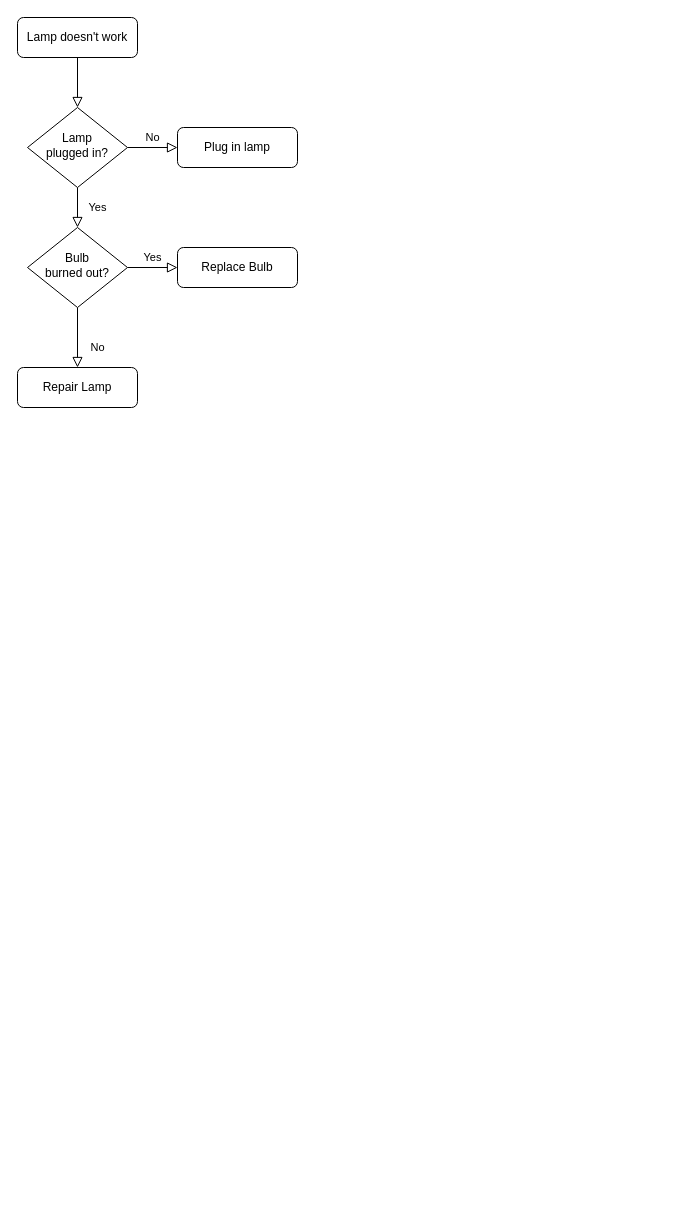
VoHoAnhTuan/Diagrams keeps this draw.io diagram as Blackjack Diagram.drawio. Above is the earlier version. Source tidied: cells renumbered, new cells numbered last; positions are measured from the earlier drawing's top-left corner, leaving out a move shared by most shapes. Both pictures are drawn from the tidied source at 100%, with x=0, y=0 at pixel (17, 17).
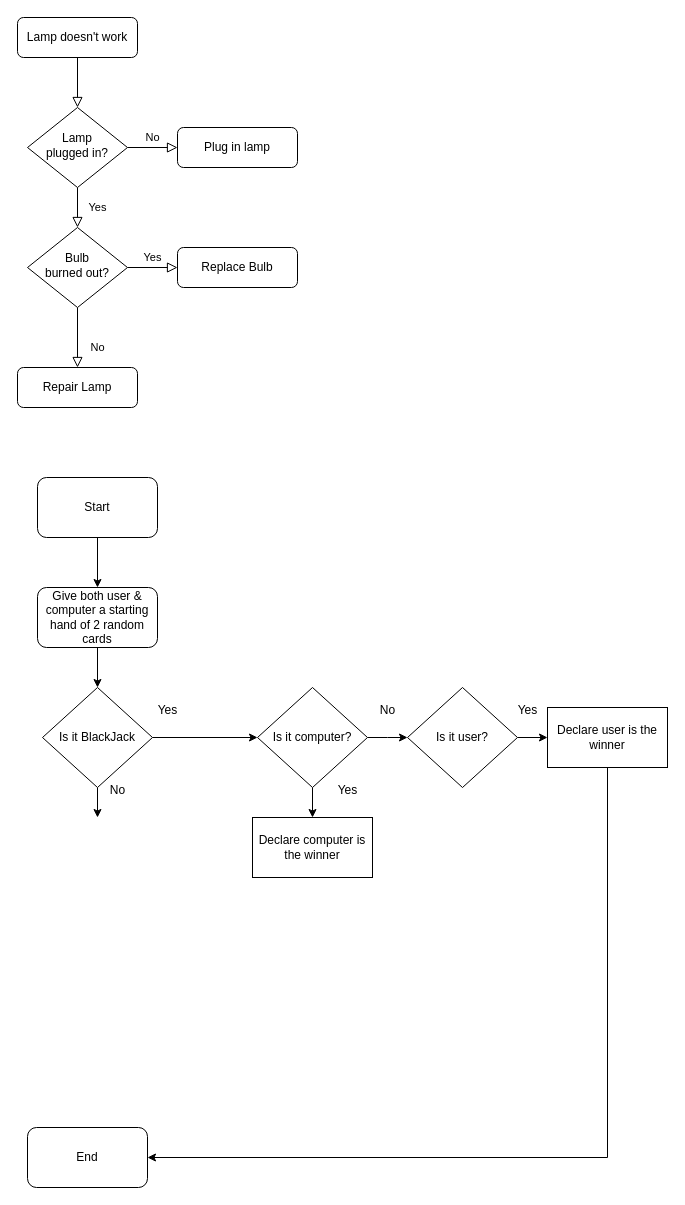
The same diagram, later.

What changed in the source:
```diff
@@
+    <mxCell id="13" style="edgeStyle=orthogonalEdgeStyle;rounded=0;jettySize=auto;html=1;exitX=0.5;exitY=1;exitDx=0;exitDy=0;entryX=0.5;entryY=0;entryDx=0;entryDy=0;" parent="1" edge="1" source="14" target="16">
+      <mxGeometry relative="1" as="geometry" />
+    </mxCell>
+    <mxCell id="14" value="Start" style="rounded=1;whiteSpace=wrap;html=1;" parent="1" vertex="1">
+      <mxGeometry x="20" y="460" width="120" height="60" as="geometry" />
+    </mxCell>
+    <mxCell id="15" style="edgeStyle=orthogonalEdgeStyle;rounded=0;jettySize=auto;html=1;exitX=0.5;exitY=1;exitDx=0;exitDy=0;entryX=0.5;entryY=0;entryDx=0;entryDy=0;" parent="1" edge="1" source="16" target="19">
+      <mxGeometry relative="1" as="geometry" />
+    </mxCell>
+    <mxCell id="16" value="Give both user &amp;amp; computer a starting hand of 2 random cards" style="rounded=1;whiteSpace=wrap;html=1;" parent="1" vertex="1">
+      <mxGeometry x="20" y="570" width="120" height="60" as="geometry" />
+    </mxCell>
+    <mxCell id="17" style="edgeStyle=orthogonalEdgeStyle;rounded=0;jettySize=auto;html=1;exitX=0.5;exitY=1;exitDx=0;exitDy=0;" parent="1" edge="1" source="19">
+      <mxGeometry relative="1" as="geometry">
+        <mxPoint x="80" y="800" as="targetPoint" />
+      </mxGeometry>
+    </mxCell>
+    <mxCell id="18" style="edgeStyle=orthogonalEdgeStyle;rounded=0;jettySize=auto;html=1;exitX=1;exitY=0.5;exitDx=0;exitDy=0;entryX=0;entryY=0.5;entryDx=0;entryDy=0;" parent="1" edge="1" source="19" target="24">
+      <mxGeometry relative="1" as="geometry" />
+    </mxCell>
+    <mxCell id="19" value="Is it BlackJack" style="rhombus;whiteSpace=wrap;html=1;" parent="1" vertex="1">
+      <mxGeometry x="25" y="670" width="110" height="100" as="geometry" />
+    </mxCell>
+    <mxCell id="20" value="Yes" style="text;html=1;align=center;verticalAlign=middle;strokeColor=none;fillColor=none;" parent="1" vertex="1">
+      <mxGeometry x="130" y="678" width="40" height="30" as="geometry" />
+    </mxCell>
+    <mxCell id="21" value="No" style="text;html=1;align=center;verticalAlign=middle;strokeColor=none;fillColor=none;" parent="1" vertex="1">
+      <mxGeometry x="80" y="758" width="40" height="30" as="geometry" />
+    </mxCell>
+    <mxCell id="22" style="edgeStyle=orthogonalEdgeStyle;rounded=0;jettySize=auto;html=1;exitX=1;exitY=0.5;exitDx=0;exitDy=0;" parent="1" edge="1" source="24">
+      <mxGeometry relative="1" as="geometry">
+        <mxPoint x="390" y="720" as="targetPoint" />
+      </mxGeometry>
+    </mxCell>
+    <mxCell id="23" style="edgeStyle=orthogonalEdgeStyle;rounded=0;jettySize=auto;html=1;exitX=0.5;exitY=1;exitDx=0;exitDy=0;" parent="1" edge="1" source="24">
+      <mxGeometry relative="1" as="geometry">
+        <mxPoint x="295" y="800" as="targetPoint" />
+      </mxGeometry>
+    </mxCell>
+    <mxCell id="24" value="Is it computer?" style="rhombus;whiteSpace=wrap;html=1;" parent="1" vertex="1">
+      <mxGeometry x="240" y="670" width="110" height="100" as="geometry" />
+    </mxCell>
+    <mxCell id="25" value="No" style="text;html=1;align=center;verticalAlign=middle;strokeColor=none;fillColor=none;" parent="1" vertex="1">
+      <mxGeometry x="350" y="678" width="40" height="30" as="geometry" />
+    </mxCell>
+    <mxCell id="26" value="Yes" style="text;html=1;align=center;verticalAlign=middle;strokeColor=none;fillColor=none;" parent="1" vertex="1">
+      <mxGeometry x="310" y="758" width="40" height="30" as="geometry" />
+    </mxCell>
+    <mxCell id="27" style="edgeStyle=orthogonalEdgeStyle;rounded=0;jettySize=auto;html=1;exitX=1;exitY=0.5;exitDx=0;exitDy=0;" parent="1" edge="1" source="28">
+      <mxGeometry relative="1" as="geometry">
+        <mxPoint x="530" y="720" as="targetPoint" />
+      </mxGeometry>
+    </mxCell>
+    <mxCell id="28" value="Is it user?" style="rhombus;whiteSpace=wrap;html=1;" parent="1" vertex="1">
+      <mxGeometry x="390" y="670" width="110" height="100" as="geometry" />
+    </mxCell>
+    <mxCell id="29" style="edgeStyle=orthogonalEdgeStyle;rounded=0;jettySize=auto;html=1;exitX=0.5;exitY=1;exitDx=0;exitDy=0;entryX=1;entryY=0.5;entryDx=0;entryDy=0;" parent="1" edge="1" source="30" target="31">
+      <mxGeometry relative="1" as="geometry">
+        <Array as="points">
+          <mxPoint x="590" y="1140" />
+        </Array>
+      </mxGeometry>
+    </mxCell>
+    <mxCell id="30" value="Declare user is the winner" style="rounded=0;whiteSpace=wrap;html=1;" parent="1" vertex="1">
+      <mxGeometry x="530" y="690" width="120" height="60" as="geometry" />
+    </mxCell>
+    <mxCell id="31" value="End" style="rounded=1;whiteSpace=wrap;html=1;" parent="1" vertex="1">
+      <mxGeometry x="10" y="1110" width="120" height="60" as="geometry" />
+    </mxCell>
+    <mxCell id="32" value="Declare computer is the winner" style="rounded=0;whiteSpace=wrap;html=1;" parent="1" vertex="1">
+      <mxGeometry x="235" y="800" width="120" height="60" as="geometry" />
+    </mxCell>
+    <mxCell id="33" value="Yes" style="text;html=1;align=center;verticalAlign=middle;strokeColor=none;fillColor=none;" parent="1" vertex="1">
+      <mxGeometry x="490" y="678" width="40" height="30" as="geometry" />
+    </mxCell>
```
